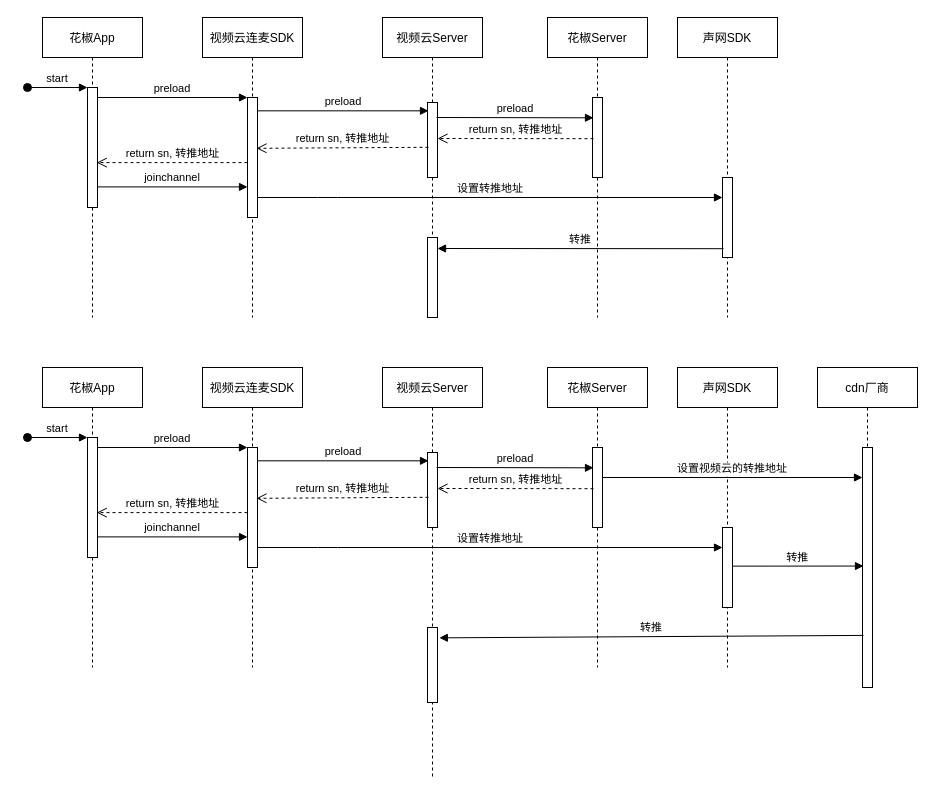
The draw.io diagram linkmic.drawio in Fairtoys/Diagrams, before the edit. Source tidied: cells renumbered, new cells numbered last; positions are measured from the earlier drawing's top-left corner, leaving out a move shared by most shapes. Both pictures are drawn from the tidied source at 100%, with x=0, y=0 at pixel (27, 17).
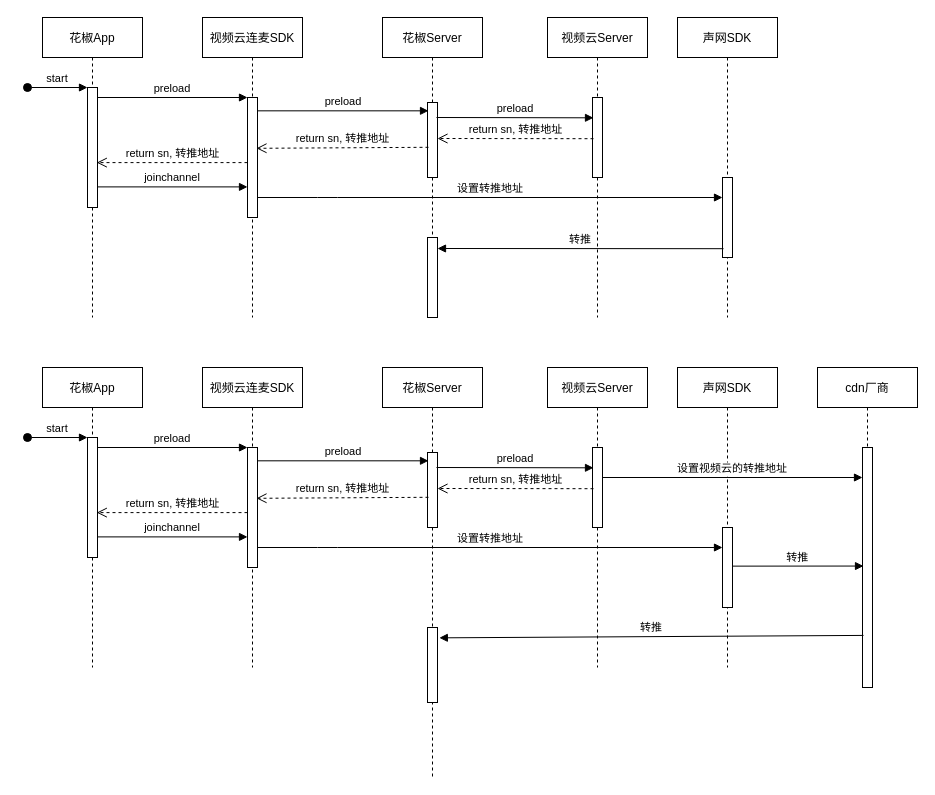
After the change.

Change to the diagram source:
```diff
@@
-    <mxCell id="10" value="视频云Server" style="shape=umlLifeline;perimeter=lifelinePerimeter;rounded=0;shadow=0;strokeWidth=1;" parent="1" vertex="1">
+    <mxCell id="10" value="花椒Server" style="shape=umlLifeline;perimeter=lifelinePerimeter;rounded=0;shadow=0;strokeWidth=1;" parent="1" vertex="1">
       <mxGeometry x="355" width="100" height="300" as="geometry" />
     </mxCell>
@@
-    <mxCell id="18" value="花椒Server" style="shape=umlLifeline;perimeter=lifelinePerimeter;rounded=0;shadow=0;strokeWidth=1;" parent="1" vertex="1">
+    <mxCell id="18" value="视频云Server" style="shape=umlLifeline;perimeter=lifelinePerimeter;rounded=0;shadow=0;strokeWidth=1;" parent="1" vertex="1">
       <mxGeometry x="520" width="100" height="300" as="geometry" />
     </mxCell>
@@
-    <mxCell id="33" value="视频云Server" style="shape=umlLifeline;perimeter=lifelinePerimeter;rounded=0;shadow=0;strokeWidth=1;" parent="1" vertex="1">
+    <mxCell id="33" value="花椒Server" style="shape=umlLifeline;perimeter=lifelinePerimeter;rounded=0;shadow=0;strokeWidth=1;" parent="1" vertex="1">
       <mxGeometry x="355" y="350" width="100" height="410" as="geometry" />
     </mxCell>
@@
-    <mxCell id="41" value="花椒Server" style="shape=umlLifeline;perimeter=lifelinePerimeter;rounded=0;shadow=0;strokeWidth=1;" parent="1" vertex="1">
+    <mxCell id="41" value="视频云Server" style="shape=umlLifeline;perimeter=lifelinePerimeter;rounded=0;shadow=0;strokeWidth=1;" parent="1" vertex="1">
       <mxGeometry x="520" y="350" width="100" height="300" as="geometry" />
     </mxCell>
```
